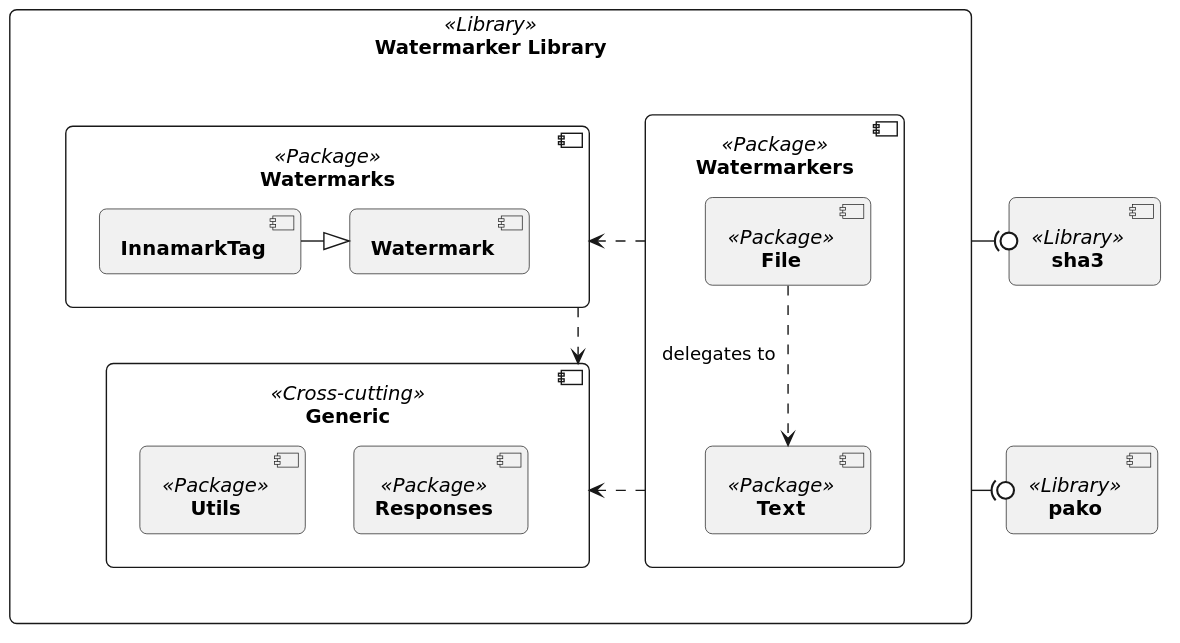
The PlantUML diagram docs/architecture/images/05_level-2-watermarker.svg in FraunhoferISST/Innamark, before a commit.
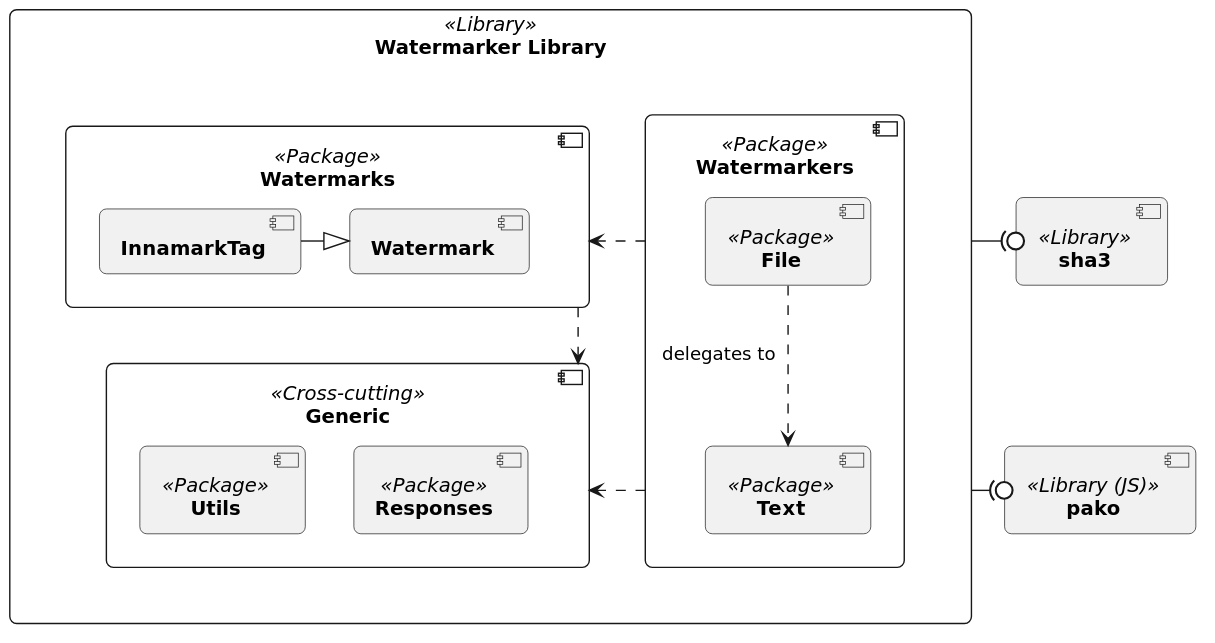
The same diagram one commit later.

Commit message:
chore: fix multiple small architecture doc issues

What changed in the source:
```diff
@@ -21,7 +21,7 @@
 }
 
 component "**sha3**" <<Library>> as sha3
-component "**pako**" <<Library>> as pako
+component "**pako**" <<Library (JS)>> as pako
 
 fileWM ..> textWM : "delegates to  "
 
```
